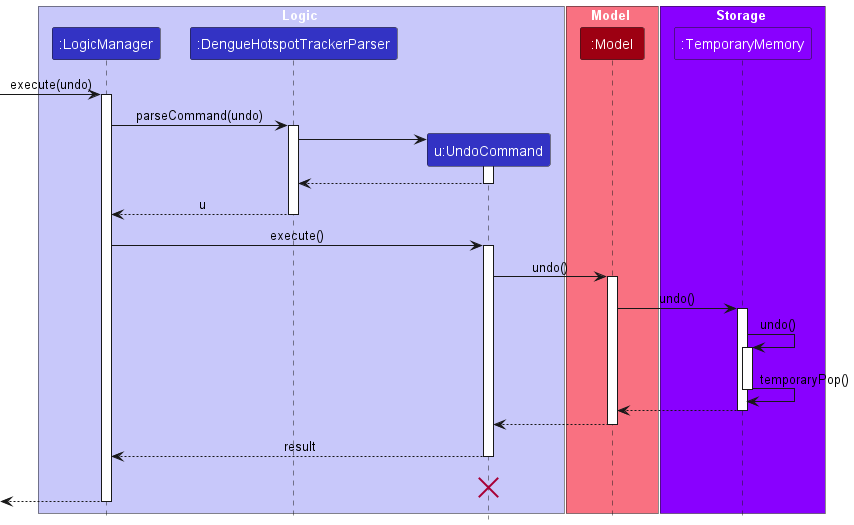
nus-cs2103-AY2223S2/tp keeps this PlantUML diagram as docs/images/UndoSequenceDiagram.png. Above is the earlier version.
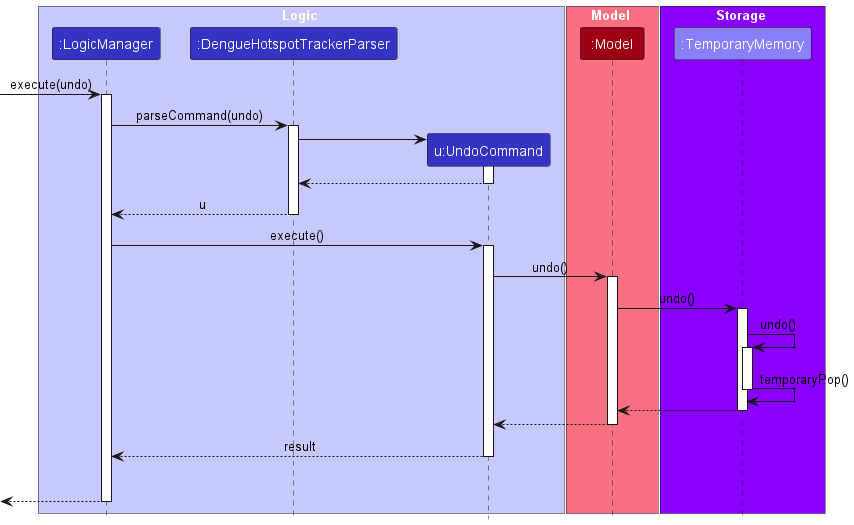
The same diagram one commit later.

What changed in the source:
```diff
@@ -11,7 +11,7 @@
 participant ":Model" as Model MODEL_COLOR
 end box
 box Storage #8900ff
-participant ":TemporaryMemory" as TemporaryMemory #8900ff
+participant ":TemporaryMemory" as TemporaryMemory #8980FE
 end box
 [-> LogicManager : execute(undo)
 activate LogicManager
@@ -52,7 +52,7 @@
 UndoCommand --> LogicManager : result
 deactivate UndoCommand
 UndoCommand -[hidden]-> LogicManager : result
-destroy UndoCommand
+
 
 [<--LogicManager
 deactivate LogicManager
```
